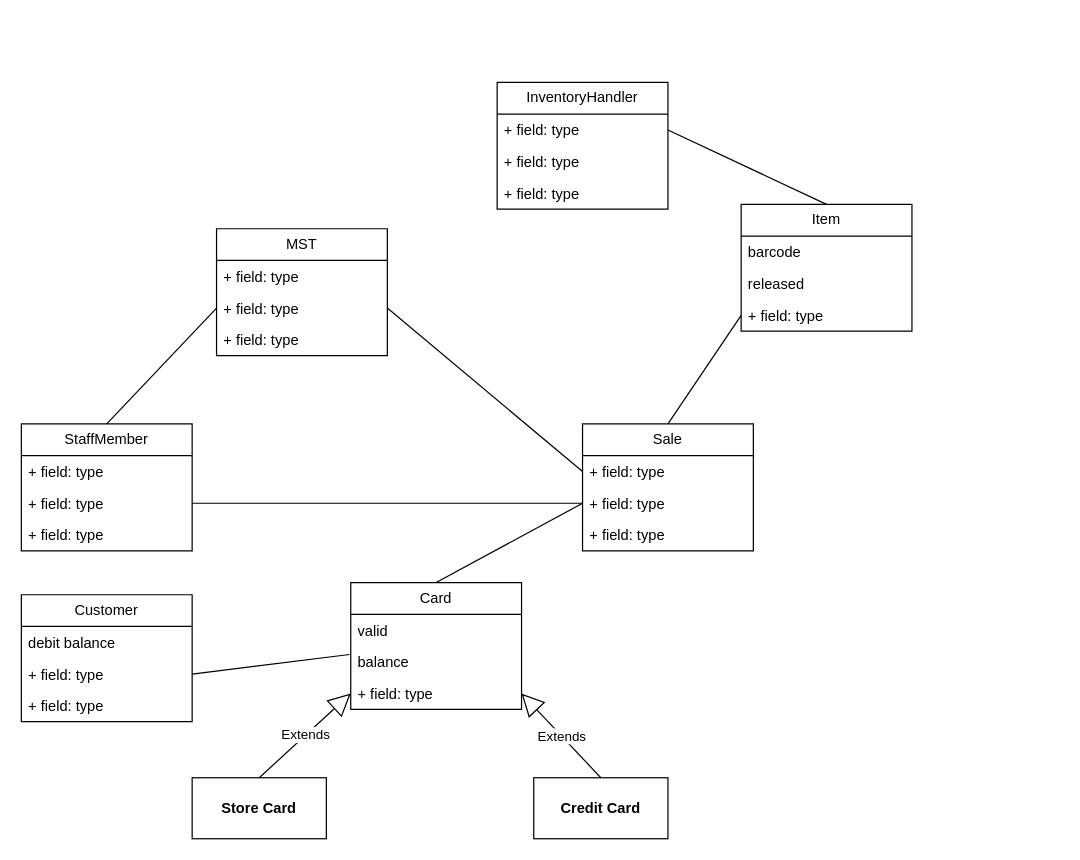
antonykimuom/SWEN30006-2025-SM1-workshop1-tuew05-14-00-team-12 keeps this draw.io diagram as workshop5-week6.drawio. Above is the earlier version. Source tidied: cells renumbered, new cells numbered last; positions are measured from the earlier drawing's top-left corner, leaving out a move shared by most shapes. Both pictures are drawn from the tidied source at 122%, with x=0, y=0 at pixel (21, 82).
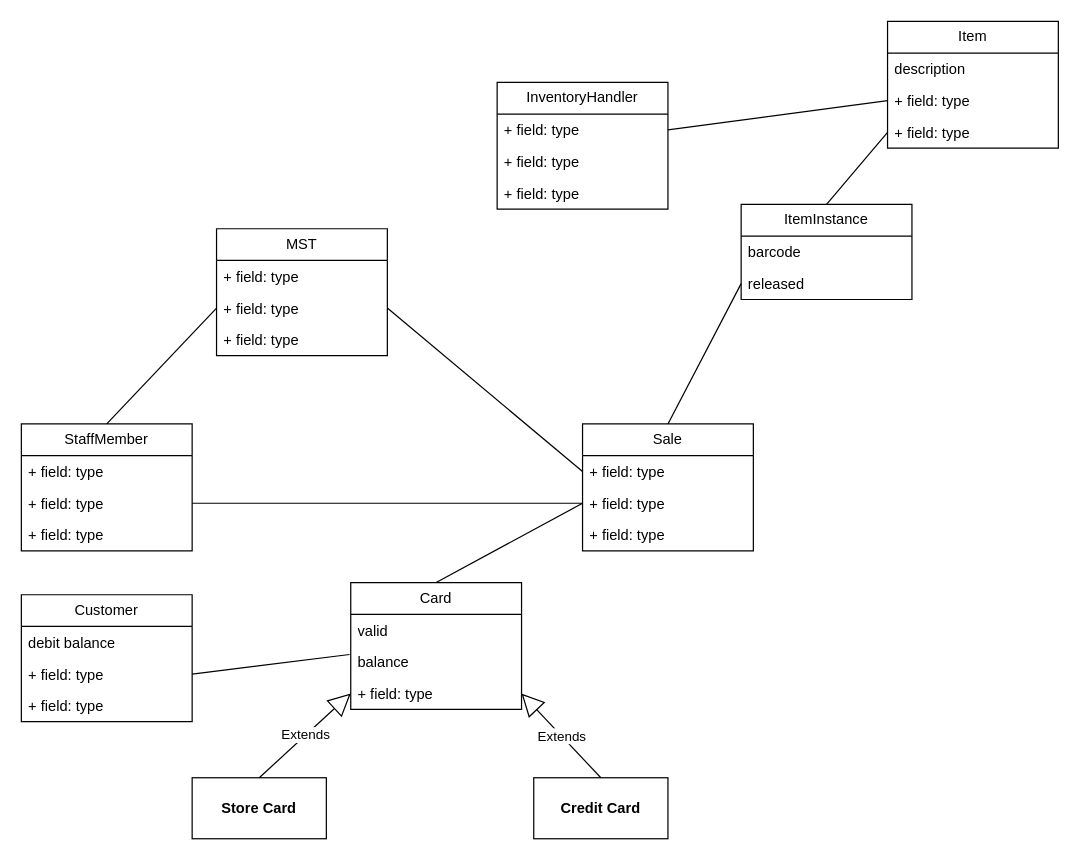
The same diagram, later.

The change refers to these unchanged cells:
```xml
<mxCell id="4" value="released" style="text;strokeColor=none;fillColor=none;align=left;verticalAlign=top;spacingLeft=4;spacingRight=4;overflow=hidden;points=[[0,0.5],[1,0.5]];portConstraint=eastwest;whiteSpace=wrap;html=1;" parent="2" vertex="1">
  <mxGeometry y="52" width="140" height="26" as="geometry" />
</mxCell>
<mxCell id="10" value="Sale" style="swimlane;fontStyle=0;horizontal=1;startSize=26;fillColor=none;whiteSpace=wrap;html=1;" parent="1" vertex="1">
  <mxGeometry x="460" y="280" width="140" height="104" as="geometry" />
</mxCell>
<mxCell id="37" value="+ field: type" style="text;strokeColor=none;fillColor=none;align=left;verticalAlign=top;spacingLeft=4;spacingRight=4;overflow=hidden;points=[[0,0.5],[1,0.5]];portConstraint=eastwest;whiteSpace=wrap;html=1;" parent="36" vertex="1">
  <mxGeometry y="26" width="140" height="26" as="geometry" />
</mxCell>
```

Change to the diagram source:
```diff
@@
-    <mxCell id="2" value="Item" style="swimlane;fontStyle=0;horizontal=1;startSize=26;fillColor=none;whiteSpace=wrap;html=1;" parent="1" vertex="1">
-      <mxGeometry x="590" y="100" width="140" height="104" as="geometry" />
+    <mxCell id="2" value="ItemInstance" style="swimlane;fontStyle=0;horizontal=1;startSize=26;fillColor=none;whiteSpace=wrap;html=1;" parent="1" vertex="1">
+      <mxGeometry x="590" y="100" width="140" height="78" as="geometry" />
     </mxCell>
@@
-    <mxCell id="5" value="+ field: type" style="text;strokeColor=none;fillColor=none;align=left;verticalAlign=top;spacingLeft=4;spacingRight=4;overflow=hidden;points=[[0,0.5],[1,0.5]];portConstraint=eastwest;whiteSpace=wrap;html=1;" parent="2" vertex="1">
-      <mxGeometry y="78" width="140" height="26" as="geometry" />
-    </mxCell>
@@
-    <mxCell id="34" style="endArrow=none;html=1;rounded=0;entryX=0;entryY=0.5;entryDx=0;entryDy=0;exitX=0.5;exitY=0;exitDx=0;exitDy=0;" parent="1" edge="1" source="10" target="5">
+    <mxCell id="34" style="endArrow=none;html=1;rounded=0;entryX=0;entryY=0.5;entryDx=0;entryDy=0;exitX=0.5;exitY=0;exitDx=0;exitDy=0;" parent="1" edge="1" source="10" target="4">
       <mxGeometry relative="1" as="geometry" />
     </mxCell>
@@
-    <mxCell id="40" style="endArrow=none;html=1;rounded=0;entryX=1;entryY=0.5;entryDx=0;entryDy=0;exitX=0.5;exitY=0;exitDx=0;exitDy=0;" parent="1" edge="1" source="2" target="37">
+    <mxCell id="40" style="endArrow=none;html=1;rounded=0;entryX=1;entryY=0.5;entryDx=0;entryDy=0;exitX=0;exitY=0.5;exitDx=0;exitDy=0;" parent="1" edge="1" source="43" target="37">
       <mxGeometry relative="1" as="geometry" />
     </mxCell>
+    <mxCell id="41" value="Item" style="swimlane;fontStyle=0;horizontal=1;startSize=26;fillColor=none;whiteSpace=wrap;html=1;" parent="1" vertex="1">
+      <mxGeometry x="710" y="-50" width="140" height="104" as="geometry" />
+    </mxCell>
+    <mxCell id="42" value="description" style="text;strokeColor=none;fillColor=none;align=left;verticalAlign=top;spacingLeft=4;spacingRight=4;overflow=hidden;whiteSpace=wrap;html=1;" parent="41" vertex="1">
+      <mxGeometry y="26" width="140" height="26" as="geometry" />
+    </mxCell>
+    <mxCell id="43" value="+ field: type" style="text;strokeColor=none;fillColor=none;align=left;verticalAlign=top;spacingLeft=4;spacingRight=4;overflow=hidden;points=[[0,0.5],[1,0.5]];portConstraint=eastwest;whiteSpace=wrap;html=1;" parent="41" vertex="1">
+      <mxGeometry y="52" width="140" height="26" as="geometry" />
+    </mxCell>
+    <mxCell id="5" value="+ field: type" style="text;strokeColor=none;fillColor=none;align=left;verticalAlign=top;spacingLeft=4;spacingRight=4;overflow=hidden;points=[[0,0.5],[1,0.5]];portConstraint=eastwest;whiteSpace=wrap;html=1;" parent="41" vertex="1">
+      <mxGeometry y="78" width="140" height="26" as="geometry" />
+    </mxCell>
+    <mxCell id="44" style="endArrow=none;html=1;rounded=0;exitX=0.5;exitY=0;exitDx=0;exitDy=0;entryX=0;entryY=0.5;entryDx=0;entryDy=0;" parent="1" edge="1" source="2" target="5">
+      <mxGeometry relative="1" as="geometry" />
+    </mxCell>
```
